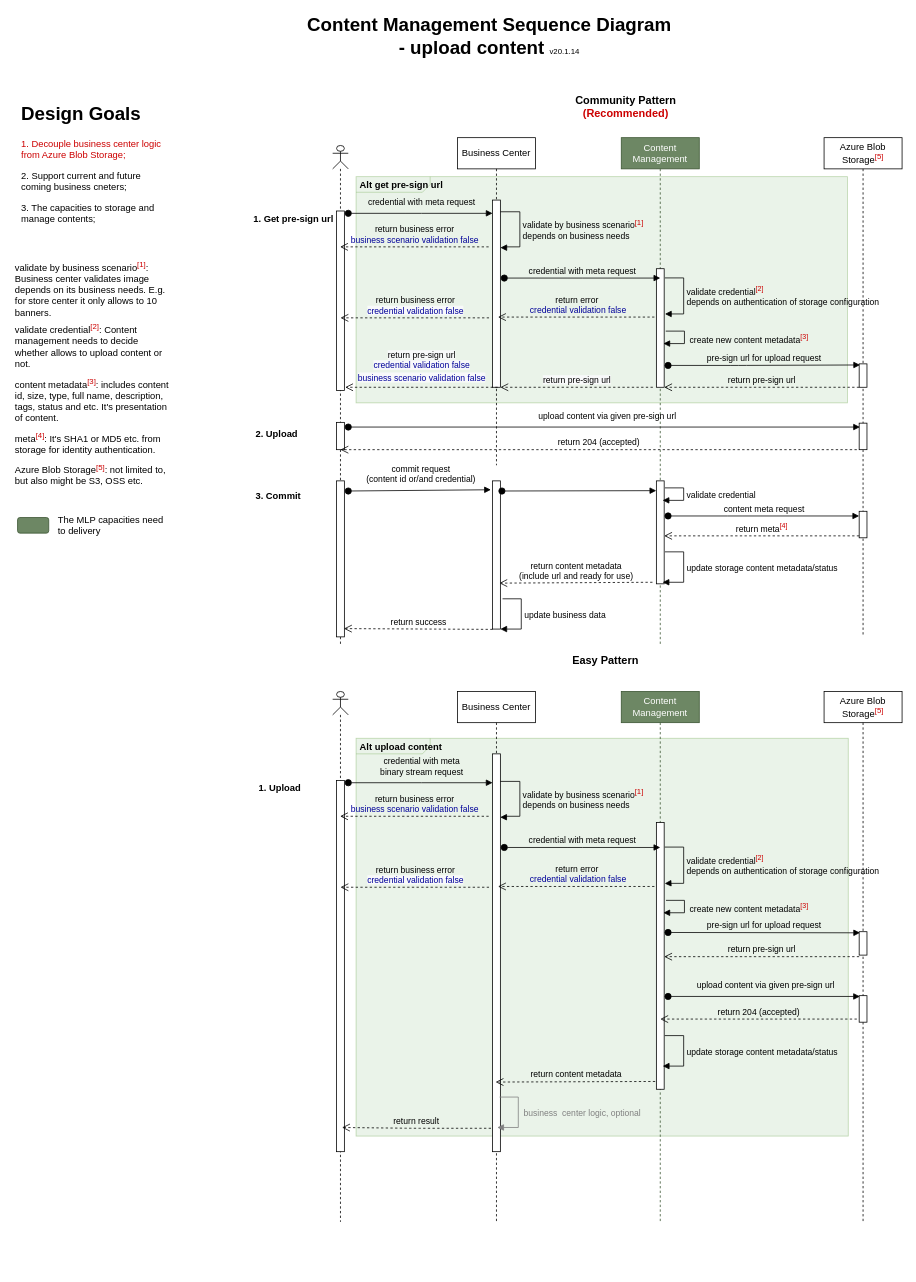
The draw.io diagram Mid Layer Platform Content Business Flow.drawio in sotheair/designs, before the edit. Source tidied: cells renumbered, new cells numbered last; positions are measured from the earlier drawing's top-left corner, leaving out a move shared by most shapes. Both pictures are drawn from the tidied source at 78%, with x=0, y=0 at pixel (13, 28).
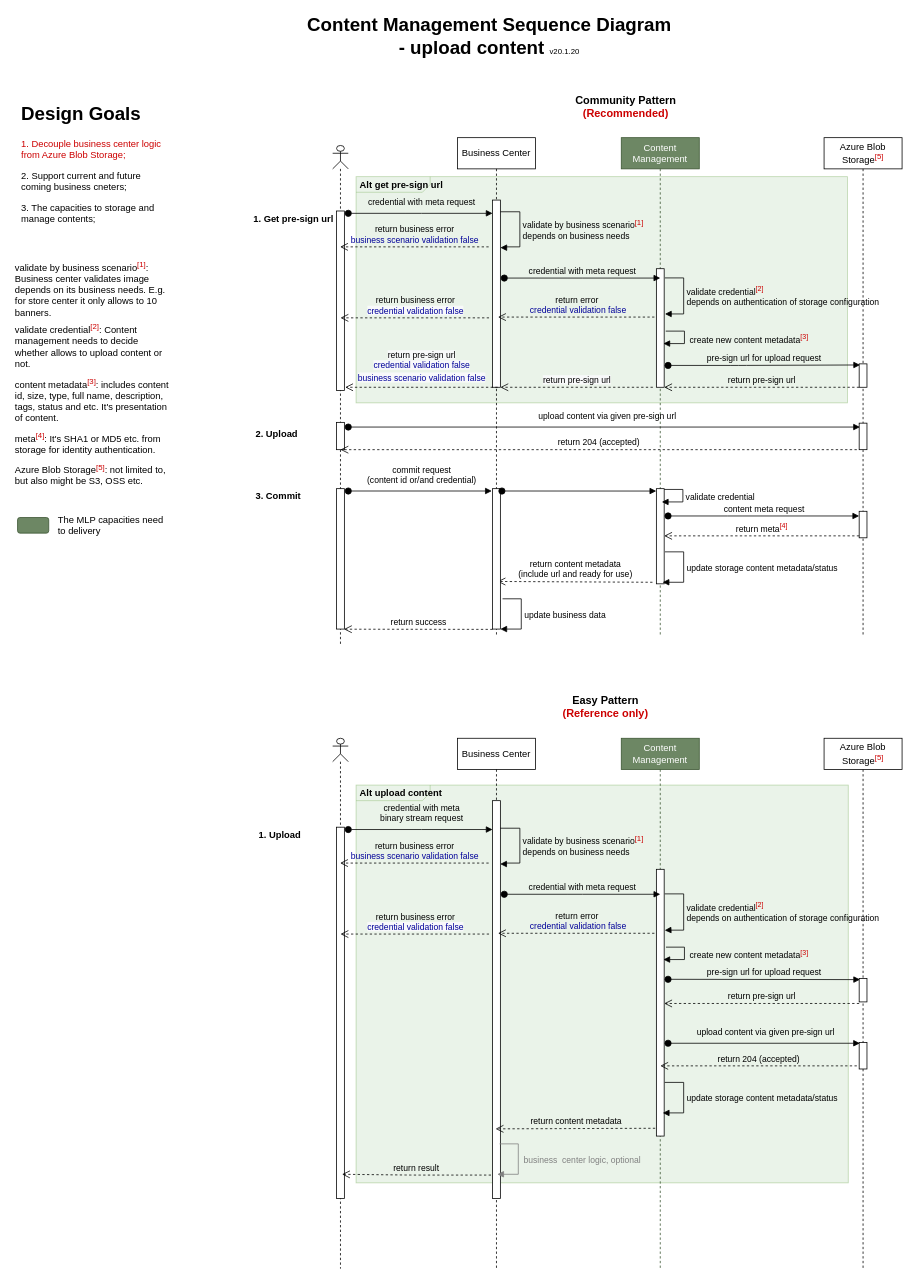
Above is the later version.

Unchanged cells that the change refers to:
```xml
<mxCell id="6" style="shape=umlLifeline;participant=umlActor;perimeter=lifelinePerimeter;whiteSpace=wrap;html=1;verticalAlign=top;spacingTop=36;labelBackgroundColor=#ffffff;outlineConnect=0;size=30;" parent="1" vertex="1">
  <mxGeometry x="409" y="150" width="20" height="640" as="geometry" />
</mxCell>
<mxCell id="52" style="html=1;points=[];perimeter=orthogonalPerimeter;" parent="51" vertex="1">
  <mxGeometry x="45" y="80" width="10" height="510" as="geometry" />
</mxCell>
```

Diff of the diagram source:
```diff
@@
     <mxCell id="3" value="Content Management" style="shape=umlLifeline;perimeter=lifelinePerimeter;whiteSpace=wrap;html=1;fillColor=#6d8764;strokeColor=#3A5431;fontColor=#ffffff;" parent="1" vertex="1">
-      <mxGeometry x="779" y="140" width="100" height="650" as="geometry" />
+      <mxGeometry x="779" y="140" width="100" height="640" as="geometry" />
     </mxCell>
@@
     <mxCell id="8" style="html=1;points=[];perimeter=orthogonalPerimeter;align=left;" parent="6" vertex="1">
-      <mxGeometry x="5" y="430" width="10" height="200" as="geometry" />
+      <mxGeometry x="5" y="440" width="10" height="180" as="geometry" />
     </mxCell>
     <mxCell id="9" value="Business Center" style="shape=umlLifeline;perimeter=lifelinePerimeter;whiteSpace=wrap;html=1;" parent="1" vertex="1">
-      <mxGeometry x="569" y="140" width="100" height="420" as="geometry" />
+      <mxGeometry x="569" y="140" width="100" height="640" as="geometry" />
     </mxCell>
@@
-    <mxCell id="15" value="&lt;font&gt;&lt;span style=&quot;font-weight: bold ; font-size: 24px&quot;&gt;Content Management Sequence Diagram&lt;/span&gt;&lt;br&gt;&lt;span style=&quot;font-weight: bold ; font-size: 24px&quot;&gt;- upload content &lt;/span&gt;&lt;font style=&quot;font-size: 10px&quot;&gt;v20.1.14&lt;/font&gt;&lt;br&gt;&lt;/font&gt;" style="text;html=1;strokeColor=none;fillColor=none;align=center;verticalAlign=middle;whiteSpace=wrap;rounded=0;" parent="1" vertex="1">
+    <mxCell id="15" value="&lt;font&gt;&lt;span style=&quot;font-weight: bold ; font-size: 24px&quot;&gt;Content Management Sequence Diagram&lt;/span&gt;&lt;br&gt;&lt;span style=&quot;font-weight: bold ; font-size: 24px&quot;&gt;- upload content &lt;/span&gt;&lt;font style=&quot;font-size: 10px&quot;&gt;v20.1.20&lt;/font&gt;&lt;br&gt;&lt;/font&gt;" style="text;html=1;strokeColor=none;fillColor=none;align=center;verticalAlign=middle;whiteSpace=wrap;rounded=0;" parent="1" vertex="1">
       <mxGeometry x="350" width="520" height="20" as="geometry" />
     </mxCell>
@@
     <mxCell id="33" style="html=1;points=[];perimeter=orthogonalPerimeter;" parent="1" vertex="1">
-      <mxGeometry x="824" y="580" width="10" height="132" as="geometry" />
+      <mxGeometry x="824" y="590" width="10" height="122" as="geometry" />
     </mxCell>
-    <mxCell id="34" value="commit request&lt;br&gt;(content id or/and credential)" style="html=1;verticalAlign=bottom;startArrow=oval;startFill=1;endArrow=block;startSize=8;labelBackgroundColor=none;entryX=-0.215;entryY=0.06;entryDx=0;entryDy=0;entryPerimeter=0;" parent="1" edge="1" target="77">
+    <mxCell id="34" value="commit request&lt;br&gt;(content id or/and credential)" style="html=1;verticalAlign=bottom;startArrow=oval;startFill=1;endArrow=block;startSize=8;labelBackgroundColor=none;" parent="1" edge="1">
       <mxGeometry x="0.01" y="5" relative="1" as="geometry">
         <mxPoint x="429" y="593" as="sourcePoint" />
+        <mxPoint x="613" y="593" as="targetPoint" />
         <mxPoint x="1" as="offset" />
       </mxGeometry>
     </mxCell>
     <mxCell id="35" value="validate credential" style="edgeStyle=orthogonalEdgeStyle;html=1;align=left;spacingLeft=2;endArrow=block;rounded=0;labelBackgroundColor=none;" parent="1" edge="1">
       <mxGeometry relative="1" as="geometry">
-        <mxPoint x="835" y="589" as="sourcePoint" />
-        <mxPoint x="832" y="605" as="targetPoint" />
+        <mxPoint x="834" y="591" as="sourcePoint" />
+        <mxPoint x="831" y="607" as="targetPoint" />
         <Array as="points">
-          <mxPoint x="859" y="589" />
-          <mxPoint x="859" y="605" />
-          <mxPoint x="832" y="605" />
+          <mxPoint x="858" y="591" />
+          <mxPoint x="858" y="607" />
+          <mxPoint x="831" y="607" />
         </Array>
       </mxGeometry>
     </mxCell>
@@
-    <mxCell id="39" value="return content metadata &lt;br&gt;(include url and ready for use)" style="html=1;verticalAlign=bottom;endArrow=open;dashed=1;endSize=8;labelBackgroundColor=none;entryX=0.868;entryY=0.69;entryDx=0;entryDy=0;entryPerimeter=0;" parent="1" edge="1" target="77">
+    <mxCell id="39" value="return content metadata &lt;br&gt;(include url and ready for use)" style="html=1;verticalAlign=bottom;endArrow=open;dashed=1;endSize=8;labelBackgroundColor=none;entryX=0.638;entryY=0.661;entryDx=0;entryDy=0;entryPerimeter=0;" parent="1" edge="1" target="77">
       <mxGeometry relative="1" as="geometry">
         <mxPoint x="819" y="710" as="sourcePoint" />
       </mxGeometry>
     </mxCell>
@@
     <mxCell id="46" value="&lt;p style=&quot;margin: 0px ; margin-top: 4px ; margin-left: 5px ; text-align: left&quot;&gt;&lt;b&gt;Alt&lt;/b&gt; &lt;b&gt;upload content&lt;/b&gt;&lt;/p&gt;" style="html=1;shape=mxgraph.sysml.package;overflow=fill;labelX=95;align=left;spacingLeft=5;verticalAlign=top;spacingTop=-3;fillColor=#d5e8d4;strokeColor=#82b366;opacity=50;" parent="1" vertex="1">
-      <mxGeometry x="439" y="910" width="631" height="510" as="geometry" />
+      <mxGeometry x="439" y="970" width="631" height="510" as="geometry" />
     </mxCell>
     <mxCell id="47" value="Content Management" style="shape=umlLifeline;perimeter=lifelinePerimeter;whiteSpace=wrap;html=1;fillColor=#6d8764;strokeColor=#3A5431;fontColor=#ffffff;" parent="1" vertex="1">
-      <mxGeometry x="779" y="850" width="100" height="680" as="geometry" />
+      <mxGeometry x="779" y="910" width="100" height="680" as="geometry" />
     </mxCell>
@@
     <mxCell id="50" style="shape=umlLifeline;participant=umlActor;perimeter=lifelinePerimeter;whiteSpace=wrap;html=1;verticalAlign=top;spacingTop=36;labelBackgroundColor=#ffffff;outlineConnect=0;size=30;" parent="1" vertex="1">
-      <mxGeometry x="409" y="850" width="20" height="680" as="geometry" />
+      <mxGeometry x="409" y="910" width="20" height="680" as="geometry" />
     </mxCell>
     <mxCell id="51" value="Business Center" style="shape=umlLifeline;perimeter=lifelinePerimeter;whiteSpace=wrap;html=1;" parent="1" vertex="1">
-      <mxGeometry x="569" y="850" width="100" height="680" as="geometry" />
+      <mxGeometry x="569" y="910" width="100" height="680" as="geometry" />
     </mxCell>
@@
     <mxCell id="53" value="Azure Blob Storage&lt;sup style=&quot;color: rgb(0 , 0 , 0) ; font-family: &amp;#34;quot&amp;#34; ; font-style: normal ; font-variant: normal ; font-weight: 400 ; letter-spacing: normal ; text-align: left ; text-decoration: none ; text-indent: 0px ; text-transform: none ; white-space: nowrap ; word-spacing: 0px&quot;&gt;&lt;font color=&quot;#cc0000&quot;&gt;[5]&lt;/font&gt;&lt;/sup&gt;" style="shape=umlLifeline;perimeter=lifelinePerimeter;whiteSpace=wrap;html=1;" parent="1" vertex="1">
-      <mxGeometry x="1039" y="850" width="100" height="680" as="geometry" />
+      <mxGeometry x="1039" y="910" width="100" height="680" as="geometry" />
     </mxCell>
@@
     <mxCell id="56" value="credential with meta&lt;br&gt;binary stream request" style="html=1;verticalAlign=bottom;startArrow=oval;startFill=1;endArrow=block;startSize=8;labelBackgroundColor=none;" parent="1" edge="1" target="52">
       <mxGeometry x="0.01" y="5" relative="1" as="geometry">
-        <mxPoint x="429" y="967" as="sourcePoint" />
+        <mxPoint x="429" y="1027" as="sourcePoint" />
         <Array as="points">
-          <mxPoint x="513" y="967" />
+          <mxPoint x="513" y="1027" />
         </Array>
         <mxPoint x="1" as="offset" />
       </mxGeometry>
     </mxCell>
     <mxCell id="57" value="validate by business scenario&lt;sup&gt;&lt;font color=&quot;#cc0000&quot; style=&quot;font-size: 10px&quot;&gt;[1]&lt;/font&gt;&lt;/sup&gt;&amp;nbsp;&lt;br&gt;depends on business needs&amp;nbsp;" style="edgeStyle=orthogonalEdgeStyle;html=1;align=left;spacingLeft=2;endArrow=block;rounded=0;labelBackgroundColor=none;" parent="1" edge="1">
       <mxGeometry relative="1" as="geometry">
-        <mxPoint x="623.8" y="965.3" as="sourcePoint" />
-        <mxPoint x="623.8" y="1011.2" as="targetPoint" />
+        <mxPoint x="623.8" y="1025.3" as="sourcePoint" />
+        <mxPoint x="623.8" y="1071.2" as="targetPoint" />
         <Array as="points">
-          <mxPoint x="649" y="965" />
-          <mxPoint x="649" y="1010" />
-          <mxPoint x="629" y="1010" />
-          <mxPoint x="629" y="1011" />
+          <mxPoint x="649" y="1025" />
+          <mxPoint x="649" y="1070" />
+          <mxPoint x="629" y="1070" />
+          <mxPoint x="629" y="1071" />
         </Array>
       </mxGeometry>
     </mxCell>
     <mxCell id="58" value="credential with meta request" style="html=1;verticalAlign=bottom;startArrow=oval;startFill=1;endArrow=block;startSize=8;labelBackgroundColor=none;" parent="1" edge="1">
       <mxGeometry relative="1" as="geometry">
-        <mxPoint x="629" y="1050" as="sourcePoint" />
-        <mxPoint x="829" y="1050" as="targetPoint" />
+        <mxPoint x="629" y="1110" as="sourcePoint" />
+        <mxPoint x="829" y="1110" as="targetPoint" />
         <Array as="points">
-          <mxPoint x="719.5" y="1050" />
+          <mxPoint x="719.5" y="1110" />
         </Array>
       </mxGeometry>
     </mxCell>
     <mxCell id="59" value="validate credential&lt;sup&gt;&lt;font color=&quot;#cc0000&quot;&gt;[2]&lt;/font&gt;&lt;/sup&gt;&amp;nbsp;&lt;br&gt;depends on authentication of storage configuration&amp;nbsp;" style="edgeStyle=orthogonalEdgeStyle;html=1;align=left;spacingLeft=2;endArrow=block;rounded=0;labelBackgroundColor=none;" parent="1" edge="1">
       <mxGeometry relative="1" as="geometry">
-        <mxPoint x="834.7" y="1049.5" as="sourcePoint" />
-        <mxPoint x="834.7" y="1096.2" as="targetPoint" />
+        <mxPoint x="834.7" y="1109.5" as="sourcePoint" />
+        <mxPoint x="834.7" y="1156.2" as="targetPoint" />
         <Array as="points">
-          <mxPoint x="859" y="1050" />
-          <mxPoint x="859" y="1096" />
-          <mxPoint x="839" y="1096" />
+          <mxPoint x="859" y="1110" />
+          <mxPoint x="859" y="1156" />
+          <mxPoint x="839" y="1156" />
         </Array>
       </mxGeometry>
     </mxCell>
     <mxCell id="60" value="return error&lt;br&gt;&amp;nbsp;&lt;font color=&quot;#000099&quot;&gt;credential validation false&lt;/font&gt;" style="html=1;verticalAlign=bottom;endArrow=open;dashed=1;endSize=8;labelBackgroundColor=none;" parent="1" edge="1">
       <mxGeometry relative="1" as="geometry">
-        <mxPoint x="821.5" y="1100" as="sourcePoint" />
-        <mxPoint x="621" y="1100" as="targetPoint" />
+        <mxPoint x="821.5" y="1160" as="sourcePoint" />
+        <mxPoint x="621" y="1160" as="targetPoint" />
       </mxGeometry>
     </mxCell>
     <mxCell id="61" value="&amp;nbsp;create new content metadata&lt;sup style=&quot;color: rgb(0 , 0 , 0) ; font-family: &amp;#34;helvetica&amp;#34; ; font-size: 9.13px ; font-style: normal ; font-variant: normal ; font-weight: 400 ; letter-spacing: normal ; text-align: left ; text-decoration: none ; text-indent: 0px ; text-transform: none ; white-space: nowrap ; word-spacing: 0px&quot;&gt;&lt;font color=&quot;#cc0000&quot;&gt;[3]&lt;/font&gt;&lt;/sup&gt;" style="edgeStyle=orthogonalEdgeStyle;html=1;align=left;spacingLeft=2;endArrow=block;rounded=0;labelBackgroundColor=none;" parent="1" edge="1">
       <mxGeometry relative="1" as="geometry">
-        <mxPoint x="836.3" y="1117.8" as="sourcePoint" />
-        <mxPoint x="833" y="1133.7" as="targetPoint" />
+        <mxPoint x="836.3" y="1177.8" as="sourcePoint" />
+        <mxPoint x="833" y="1193.7" as="targetPoint" />
         <Array as="points">
-          <mxPoint x="860" y="1118" />
-          <mxPoint x="860" y="1134" />
-          <mxPoint x="833" y="1134" />
+          <mxPoint x="860" y="1178" />
+          <mxPoint x="860" y="1194" />
+          <mxPoint x="833" y="1194" />
         </Array>
       </mxGeometry>
     </mxCell>
     <mxCell id="62" style="html=1;perimeter=orthogonalPerimeter;align=left;" parent="1" vertex="1">
-      <mxGeometry x="414" y="964" width="10" height="476" as="geometry" />
+      <mxGeometry x="414" y="1024" width="10" height="476" as="geometry" />
     </mxCell>
     <mxCell id="63" value="return pre-sign url" style="html=1;verticalAlign=bottom;endArrow=open;dashed=1;endSize=8;labelBackgroundColor=none;" parent="1" edge="1">
       <mxGeometry relative="1" as="geometry">
-        <mxPoint x="1084" y="1190" as="sourcePoint" />
-        <mxPoint x="834" y="1190" as="targetPoint" />
+        <mxPoint x="1084" y="1250" as="sourcePoint" />
+        <mxPoint x="834" y="1250" as="targetPoint" />
       </mxGeometry>
     </mxCell>
     <mxCell id="64" value="upload content via given pre-sign url" style="html=1;verticalAlign=bottom;startArrow=oval;startFill=1;endArrow=block;startSize=8;labelBackgroundColor=none;" parent="1" edge="1">
       <mxGeometry x="0.01" y="5" relative="1" as="geometry">
-        <mxPoint x="839" y="1241" as="sourcePoint" />
-        <mxPoint x="1085" y="1241" as="targetPoint" />
+        <mxPoint x="839" y="1301" as="sourcePoint" />
+        <mxPoint x="1085" y="1301" as="targetPoint" />
         <mxPoint x="1" as="offset" />
       </mxGeometry>
     </mxCell>
     <mxCell id="65" value="return 204 (accepted)" style="html=1;verticalAlign=bottom;endArrow=open;dashed=1;endSize=8;labelBackgroundColor=none;" parent="1" edge="1">
       <mxGeometry relative="1" as="geometry">
-        <mxPoint x="1081" y="1270" as="sourcePoint" />
-        <mxPoint x="829" y="1270" as="targetPoint" />
+        <mxPoint x="1081" y="1330" as="sourcePoint" />
+        <mxPoint x="829" y="1330" as="targetPoint" />
       </mxGeometry>
     </mxCell>
     <mxCell id="66" value="update storage content metadata/status" style="edgeStyle=orthogonalEdgeStyle;html=1;align=left;spacingLeft=2;endArrow=block;rounded=0;labelBackgroundColor=none;" parent="1" edge="1">
       <mxGeometry relative="1" as="geometry">
-        <mxPoint x="834.7" y="1291.2" as="sourcePoint" />
-        <mxPoint x="832.2" y="1330.3" as="targetPoint" />
+        <mxPoint x="834.7" y="1351.2" as="sourcePoint" />
+        <mxPoint x="832.2" y="1390.3" as="targetPoint" />
         <Array as="points">
-          <mxPoint x="859" y="1291" />
-          <mxPoint x="859" y="1330" />
-          <mxPoint x="832" y="1330" />
+          <mxPoint x="859" y="1351" />
+          <mxPoint x="859" y="1390" />
+          <mxPoint x="832" y="1390" />
         </Array>
       </mxGeometry>
     </mxCell>
     <mxCell id="67" value="return content metadata" style="html=1;verticalAlign=bottom;endArrow=open;dashed=1;endSize=8;labelBackgroundColor=none;entryX=0.389;entryY=0.825;entryDx=0;entryDy=0;entryPerimeter=0;" parent="1" edge="1" target="52">
       <mxGeometry relative="1" as="geometry">
-        <mxPoint x="822.5" y="1350" as="sourcePoint" />
+        <mxPoint x="822.5" y="1410" as="sourcePoint" />
       </mxGeometry>
     </mxCell>
     <mxCell id="68" value="&lt;b&gt;1. Upload&lt;/b&gt;" style="text;html=1;strokeColor=none;fillColor=none;align=center;verticalAlign=middle;whiteSpace=wrap;rounded=0;opacity=50;" parent="1" vertex="1">
-      <mxGeometry x="304" y="964" width="75" height="20" as="geometry" />
+      <mxGeometry x="304" y="1024" width="75" height="20" as="geometry" />
     </mxCell>
     <mxCell id="69" value="return result" style="html=1;verticalAlign=bottom;endArrow=open;dashed=1;endSize=8;labelBackgroundColor=none;" parent="1" edge="1">
       <mxGeometry relative="1" as="geometry">
-        <mxPoint x="612" y="1410" as="sourcePoint" />
-        <mxPoint x="421" y="1409" as="targetPoint" />
+        <mxPoint x="612" y="1470" as="sourcePoint" />
+        <mxPoint x="421" y="1469" as="targetPoint" />
         <Array as="points">
-          <mxPoint x="510" y="1410" />
+          <mxPoint x="510" y="1470" />
         </Array>
       </mxGeometry>
     </mxCell>
     <mxCell id="70" value="return business error&lt;br&gt;&lt;span style=&quot;font: 11px / 1.2 &amp;#34;helvetica&amp;#34; ; text-align: center ; text-transform: none ; text-indent: 0px ; letter-spacing: normal ; text-decoration: none ; word-spacing: 0px ; display: inline ; white-space: nowrap ; float: none ; overflow-wrap: normal ; background-color: rgb(248 , 249 , 250)&quot;&gt;&lt;font color=&quot;#000099&quot;&gt;credential validation false&lt;/font&gt;&lt;/span&gt;" style="html=1;verticalAlign=bottom;endArrow=open;dashed=1;endSize=8;labelBackgroundColor=none;" parent="1" edge="1">
       <mxGeometry relative="1" as="geometry">
-        <mxPoint x="609.5" y="1101" as="sourcePoint" />
-        <mxPoint x="419" y="1101" as="targetPoint" />
+        <mxPoint x="609.5" y="1161" as="sourcePoint" />
+        <mxPoint x="419" y="1161" as="targetPoint" />
       </mxGeometry>
     </mxCell>
     <mxCell id="71" value="return business error &lt;br&gt;&lt;font color=&quot;#000099&quot;&gt;business scenario validation false&lt;/font&gt;" style="html=1;verticalAlign=bottom;endArrow=open;dashed=1;endSize=8;labelBackgroundColor=none;" parent="1" edge="1" target="50">
       <mxGeometry relative="1" as="geometry">
-        <mxPoint x="609" y="1010" as="sourcePoint" />
+        <mxPoint x="609" y="1070" as="sourcePoint" />
       </mxGeometry>
     </mxCell>
@@
-    <mxCell id="75" value="&lt;font style=&quot;font-size: 14px&quot;&gt;&lt;b&gt;Easy Pattern&lt;/b&gt;&lt;/font&gt;" style="text;html=1;strokeColor=none;fillColor=none;align=center;verticalAlign=middle;whiteSpace=wrap;rounded=0;" parent="1" vertex="1">
-      <mxGeometry x="684" y="800" width="150" height="20" as="geometry" />
+    <mxCell id="75" value="&lt;font style=&quot;font-size: 14px&quot;&gt;&lt;b&gt;Easy Pattern&lt;br&gt;&lt;/b&gt;&lt;b&gt;&lt;font color=&quot;#cc0000&quot;&gt;(&lt;/font&gt;&lt;/b&gt;&lt;font color=&quot;#cc0000&quot; style=&quot;font-size: 13.3333px&quot;&gt;&lt;span style=&quot;font-size: 14px&quot;&gt;&lt;b&gt;Reference only&lt;/b&gt;&lt;/span&gt;&lt;b style=&quot;font-size: 14px&quot;&gt;)&lt;/b&gt;&lt;/font&gt;&lt;b&gt;&lt;br&gt;&lt;/b&gt;&lt;/font&gt;" style="text;html=1;strokeColor=none;fillColor=none;align=center;verticalAlign=middle;whiteSpace=wrap;rounded=0;" parent="1" vertex="1">
+      <mxGeometry x="684" y="860" width="150" height="20" as="geometry" />
     </mxCell>
     <mxCell id="76" value="&lt;font color=&quot;#808080&quot;&gt;&amp;nbsp;business&amp;nbsp; center logic, optional&lt;br&gt;&lt;/font&gt;" style="edgeStyle=orthogonalEdgeStyle;html=1;align=left;spacingLeft=2;endArrow=block;rounded=0;labelBackgroundColor=none;strokeColor=#808080;" parent="1" edge="1">
       <mxGeometry relative="1" as="geometry">
-        <mxPoint x="623" y="1370" as="sourcePoint" />
-        <mxPoint x="620" y="1409" as="targetPoint" />
+        <mxPoint x="623" y="1430" as="sourcePoint" />
+        <mxPoint x="620" y="1469" as="targetPoint" />
         <Array as="points">
-          <mxPoint x="647" y="1370" />
-          <mxPoint x="647" y="1409" />
-          <mxPoint x="620" y="1409" />
+          <mxPoint x="647" y="1430" />
+          <mxPoint x="647" y="1469" />
+          <mxPoint x="620" y="1469" />
         </Array>
       </mxGeometry>
     </mxCell>
     <mxCell id="77" style="html=1;points=[];perimeter=orthogonalPerimeter;" parent="1" vertex="1">
-      <mxGeometry x="614" y="580" width="10" height="190" as="geometry" />
+      <mxGeometry x="614" y="590" width="10" height="180" as="geometry" />
     </mxCell>
-    <mxCell id="78" style="html=1;verticalAlign=bottom;startArrow=oval;startFill=1;endArrow=block;startSize=8;labelBackgroundColor=none;entryX=-0.015;entryY=0.095;entryDx=0;entryDy=0;entryPerimeter=0;" parent="1" edge="1" target="33">
+    <mxCell id="78" style="html=1;verticalAlign=bottom;startArrow=oval;startFill=1;endArrow=block;startSize=8;labelBackgroundColor=none;entryX=-0.015;entryY=0.025;entryDx=0;entryDy=0;entryPerimeter=0;" parent="1" edge="1" target="33">
       <mxGeometry x="0.01" y="5" relative="1" as="geometry">
         <mxPoint x="626" y="593" as="sourcePoint" />
         <mxPoint x="1" as="offset" />
       </mxGeometry>
     </mxCell>
@@
-    <mxCell id="80" value="return success" style="html=1;verticalAlign=bottom;endArrow=open;dashed=1;endSize=8;labelBackgroundColor=none;entryX=0.945;entryY=0.947;entryDx=0;entryDy=0;entryPerimeter=0;" parent="1" edge="1" target="8">
+    <mxCell id="80" value="return success" style="html=1;verticalAlign=bottom;endArrow=open;dashed=1;endSize=8;labelBackgroundColor=none;entryX=0.722;entryY=0.969;entryDx=0;entryDy=0;entryPerimeter=0;" parent="1" edge="1" target="6">
       <mxGeometry relative="1" as="geometry">
         <mxPoint x="614" y="770.4" as="sourcePoint" />
       </mxGeometry>
     </mxCell>
```
